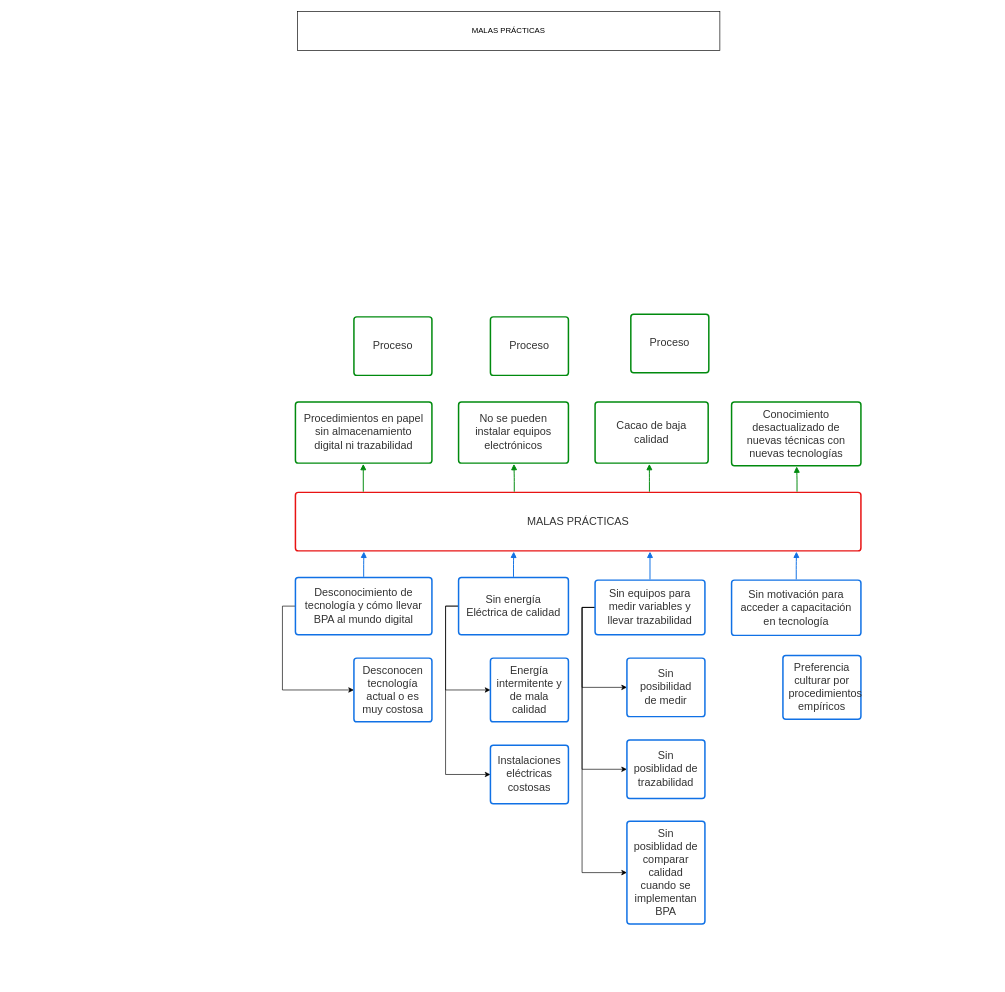
LeonDV/documentacion keeps this draw.io diagram as page "Arbol de problemas" (1 of 2) of Diagrama sin título.drawio. Above is the earlier version. Source tidied: cells renumbered, new cells numbered last; positions are measured from the earlier drawing's top-left corner, leaving out a move shared by most shapes. Both pictures are drawn from the tidied source at 65%, with x=0, y=0 at pixel (295, 11).
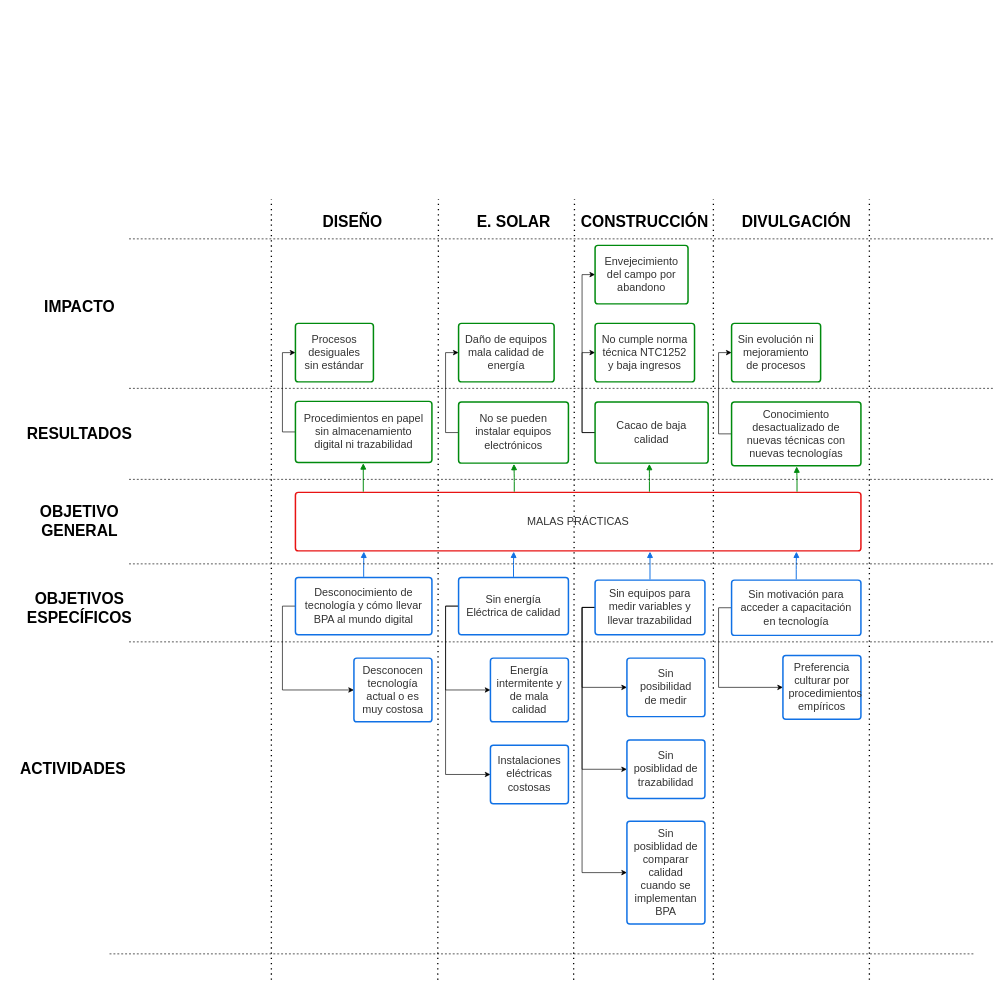
The same diagram, later.

The change refers to these unchanged cells:
```xml
<mxCell id="13" value="Sin motivación para acceder a capacitación en tecnología" style="html=1;overflow=block;blockSpacing=1;whiteSpace=wrap;fontSize=16.7;fontColor=#333333;align=center;spacing=9;strokeColor=#1071e5;strokeOpacity=100;rounded=1;absoluteArcSize=1;arcSize=9;strokeWidth=2.3;" parent="1" vertex="1">
  <mxGeometry x="671" y="875" width="199" height="85" as="geometry" />
</mxCell>
<mxCell id="20" value="Preferencia culturar por procedimientos empíricos" style="html=1;overflow=block;blockSpacing=1;whiteSpace=wrap;fontSize=16.7;fontColor=#333333;align=center;spacing=9;strokeColor=#1071e5;strokeOpacity=100;rounded=1;absoluteArcSize=1;arcSize=9;strokeWidth=2.3;" parent="1" vertex="1">
  <mxGeometry x="750" y="991" width="120" height="98" as="geometry" />
</mxCell>
<mxCell id="26" value="No se pueden instalar equipos electrónicos" style="html=1;overflow=block;blockSpacing=1;whiteSpace=wrap;fontSize=16.7;fontColor=#333333;align=center;spacing=9;strokeColor=#008a0e;strokeOpacity=100;rounded=1;absoluteArcSize=1;arcSize=9;strokeWidth=2.3;" parent="1" vertex="1">
  <mxGeometry x="251" y="601" width="169" height="94" as="geometry" />
</mxCell>
<mxCell id="27" value="Cacao de baja calidad" style="html=1;overflow=block;blockSpacing=1;whiteSpace=wrap;fontSize=16.7;fontColor=#333333;align=center;spacing=9;strokeColor=#008a0e;strokeOpacity=100;rounded=1;absoluteArcSize=1;arcSize=9;strokeWidth=2.3;" parent="1" vertex="1">
  <mxGeometry x="461" y="601" width="174" height="94" as="geometry" />
</mxCell>
<mxCell id="28" value="Conocimiento desactualizado de nuevas técnicas con nuevas tecnologías" style="html=1;overflow=block;blockSpacing=1;whiteSpace=wrap;fontSize=16.7;fontColor=#333333;align=center;spacing=9;strokeColor=#008a0e;strokeOpacity=100;rounded=1;absoluteArcSize=1;arcSize=9;strokeWidth=2.3;" parent="1" vertex="1">
  <mxGeometry x="671" y="601" width="199" height="98" as="geometry" />
</mxCell>
```

What changed in the source:
```diff
@@
-    <mxCell id="2" value="MALAS PRÁCTICAS" style="rounded=0;whiteSpace=wrap;html=1;" parent="1" vertex="1">
-      <mxGeometry x="3" width="650" height="60" as="geometry" />
-    </mxCell>
@@
+    <mxCell id="36" style="edgeStyle=orthogonalEdgeStyle;rounded=0;jettySize=auto;html=1;exitX=0;exitY=0.5;exitDx=0;exitDy=0;entryX=0;entryY=0.5;entryDx=0;entryDy=0;" parent="1" edge="1" source="13" target="20">
+      <mxGeometry relative="1" as="geometry" />
+    </mxCell>
@@
+    <mxCell id="37" style="edgeStyle=orthogonalEdgeStyle;rounded=0;jettySize=auto;html=1;exitX=0;exitY=0.5;exitDx=0;exitDy=0;entryX=0;entryY=0.5;entryDx=0;entryDy=0;" parent="1" edge="1" source="25" target="33">
+      <mxGeometry relative="1" as="geometry" />
+    </mxCell>
     <mxCell id="25" value="Procedimientos en papel sin almacenamiento digital ni trazabilidad" style="html=1;overflow=block;blockSpacing=1;whiteSpace=wrap;fontSize=16.7;fontColor=#333333;align=center;spacing=9;strokeColor=#008a0e;strokeOpacity=100;rounded=1;absoluteArcSize=1;arcSize=9;strokeWidth=2.3;" parent="1" vertex="1">
-      <mxGeometry y="601" width="210" height="94" as="geometry" />
+      <mxGeometry y="600" width="210" height="94" as="geometry" />
     </mxCell>
+    <mxCell id="38" style="edgeStyle=orthogonalEdgeStyle;rounded=0;jettySize=auto;html=1;exitX=0;exitY=0.5;exitDx=0;exitDy=0;entryX=0;entryY=0.5;entryDx=0;entryDy=0;" parent="1" edge="1" source="26" target="34">
+      <mxGeometry relative="1" as="geometry" />
+    </mxCell>
@@
+    <mxCell id="39" style="edgeStyle=orthogonalEdgeStyle;rounded=0;jettySize=auto;html=1;exitX=0;exitY=0.5;exitDx=0;exitDy=0;entryX=0;entryY=0.5;entryDx=0;entryDy=0;" parent="1" edge="1" source="27" target="35">
+      <mxGeometry relative="1" as="geometry" />
+    </mxCell>
+    <mxCell id="40" style="edgeStyle=orthogonalEdgeStyle;rounded=0;jettySize=auto;html=1;exitX=0;exitY=0.5;exitDx=0;exitDy=0;entryX=0;entryY=0.5;entryDx=0;entryDy=0;" parent="1" edge="1" source="27" target="43">
+      <mxGeometry relative="1" as="geometry" />
+    </mxCell>
@@
+    <mxCell id="41" style="edgeStyle=orthogonalEdgeStyle;rounded=0;jettySize=auto;html=1;exitX=0;exitY=0.5;exitDx=0;exitDy=0;entryX=0;entryY=0.5;entryDx=0;entryDy=0;" parent="1" edge="1" source="28" target="42">
+      <mxGeometry relative="1" as="geometry" />
+    </mxCell>
@@
-    <mxCell id="33" value="Proceso" style="html=1;overflow=block;blockSpacing=1;whiteSpace=wrap;fontSize=16.7;fontColor=#333333;align=center;spacing=9;strokeColor=#008a0e;strokeOpacity=100;rounded=1;absoluteArcSize=1;arcSize=9;strokeWidth=2.3;" parent="1" vertex="1">
-      <mxGeometry x="90" y="470" width="120" height="90" as="geometry" />
+    <mxCell id="33" value="Procesos desiguales sin estándar" style="html=1;overflow=block;blockSpacing=1;whiteSpace=wrap;fontSize=16.7;fontColor=#333333;align=center;spacing=9;strokeColor=#008a0e;strokeOpacity=100;rounded=1;absoluteArcSize=1;arcSize=9;strokeWidth=2.3;" parent="1" vertex="1">
+      <mxGeometry y="480" width="120" height="90" as="geometry" />
     </mxCell>
-    <mxCell id="34" value="Proceso" style="html=1;overflow=block;blockSpacing=1;whiteSpace=wrap;fontSize=16.7;fontColor=#333333;align=center;spacing=9;strokeColor=#008a0e;strokeOpacity=100;rounded=1;absoluteArcSize=1;arcSize=9;strokeWidth=2.3;" parent="1" vertex="1">
-      <mxGeometry x="300" y="470" width="120" height="90" as="geometry" />
+    <mxCell id="34" value="Daño de equipos mala calidad de energía" style="html=1;overflow=block;blockSpacing=1;whiteSpace=wrap;fontSize=16.7;fontColor=#333333;align=center;spacing=9;strokeColor=#008a0e;strokeOpacity=100;rounded=1;absoluteArcSize=1;arcSize=9;strokeWidth=2.3;" parent="1" vertex="1">
+      <mxGeometry x="251" y="480" width="147" height="90" as="geometry" />
     </mxCell>
-    <mxCell id="35" value="Proceso" style="html=1;overflow=block;blockSpacing=1;whiteSpace=wrap;fontSize=16.7;fontColor=#333333;align=center;spacing=9;strokeColor=#008a0e;strokeOpacity=100;rounded=1;absoluteArcSize=1;arcSize=9;strokeWidth=2.3;" parent="1" vertex="1">
-      <mxGeometry x="516" y="466" width="120" height="90" as="geometry" />
+    <mxCell id="35" value="No cumple norma técnica NTC1252 y baja ingresos" style="html=1;overflow=block;blockSpacing=1;whiteSpace=wrap;fontSize=16.7;fontColor=#333333;align=center;spacing=9;strokeColor=#008a0e;strokeOpacity=100;rounded=1;absoluteArcSize=1;arcSize=9;strokeWidth=2.3;" parent="1" vertex="1">
+      <mxGeometry x="461" y="480" width="153" height="90" as="geometry" />
     </mxCell>
+    <mxCell id="42" value="Sin evolución ni mejoramiento de procesos" style="html=1;overflow=block;blockSpacing=1;whiteSpace=wrap;fontSize=16.7;fontColor=#333333;align=center;spacing=9;strokeColor=#008a0e;strokeOpacity=100;rounded=1;absoluteArcSize=1;arcSize=9;strokeWidth=2.3;" parent="1" vertex="1">
+      <mxGeometry x="671" y="480" width="137" height="90" as="geometry" />
+    </mxCell>
+    <mxCell id="43" value="Envejecimiento del campo por abandono" style="html=1;overflow=block;blockSpacing=1;whiteSpace=wrap;fontSize=16.7;fontColor=#333333;align=center;spacing=9;strokeColor=#008a0e;strokeOpacity=100;rounded=1;absoluteArcSize=1;arcSize=9;strokeWidth=2.3;" parent="1" vertex="1">
+      <mxGeometry x="461" y="360" width="143" height="90" as="geometry" />
+    </mxCell>
+    <mxCell id="44" style="endArrow=none;dashed=1;html=1;dashPattern=1 3;strokeWidth=2;rounded=0;" parent="1" edge="1">
+      <mxGeometry relative="1" as="geometry">
+        <mxPoint x="219" y="1490" as="sourcePoint" />
+        <mxPoint x="220" y="289" as="targetPoint" />
+      </mxGeometry>
+    </mxCell>
+    <mxCell id="45" style="endArrow=none;dashed=1;html=1;dashPattern=1 3;strokeWidth=2;rounded=0;" parent="1" edge="1">
+      <mxGeometry relative="1" as="geometry">
+        <mxPoint x="428" y="1490" as="sourcePoint" />
+        <mxPoint x="429.3" y="289" as="targetPoint" />
+      </mxGeometry>
+    </mxCell>
+    <mxCell id="46" style="endArrow=none;dashed=1;html=1;dashPattern=1 3;strokeWidth=2;rounded=0;" parent="1" edge="1">
+      <mxGeometry relative="1" as="geometry">
+        <mxPoint x="643" y="1490" as="sourcePoint" />
+        <mxPoint x="643" y="289" as="targetPoint" />
+      </mxGeometry>
+    </mxCell>
+    <mxCell id="47" style="endArrow=none;dashed=1;html=1;dashPattern=1 3;strokeWidth=2;rounded=0;" parent="1" edge="1">
+      <mxGeometry relative="1" as="geometry">
+        <mxPoint x="883" y="1490" as="sourcePoint" />
+        <mxPoint x="883" y="289" as="targetPoint" />
+      </mxGeometry>
+    </mxCell>
+    <mxCell id="48" style="endArrow=none;dashed=1;html=1;dashPattern=1 3;strokeWidth=2;rounded=0;" parent="1" edge="1">
+      <mxGeometry relative="1" as="geometry">
+        <mxPoint x="-37" y="1490" as="sourcePoint" />
+        <mxPoint x="-37" y="289" as="targetPoint" />
+      </mxGeometry>
+    </mxCell>
+    <mxCell id="49" value="&lt;font style=&quot;font-size: 24px;&quot;&gt;&lt;b&gt;OBJETIVOS ESPECÍFICOS&lt;/b&gt;&lt;/font&gt;" style="text;html=1;strokeColor=none;fillColor=none;align=center;verticalAlign=middle;whiteSpace=wrap;rounded=0;labelBackgroundColor=#ffffff;" parent="1" vertex="1">
+      <mxGeometry x="-417" y="887.5" width="170" height="60" as="geometry" />
+    </mxCell>
+    <mxCell id="50" value="&lt;span style=&quot;font-size: 24px;&quot;&gt;&lt;b&gt;E. SOLAR&lt;/b&gt;&lt;/span&gt;" style="text;html=1;strokeColor=none;fillColor=none;align=center;verticalAlign=middle;whiteSpace=wrap;rounded=0;labelBackgroundColor=#ffffff;" parent="1" vertex="1">
+      <mxGeometry x="260.5" y="310" width="150" height="30" as="geometry" />
+    </mxCell>
+    <mxCell id="51" value="&lt;span style=&quot;font-size: 24px;&quot;&gt;&lt;b&gt;CONSTRUCCIÓN&lt;/b&gt;&lt;/span&gt;" style="text;html=1;strokeColor=none;fillColor=none;align=center;verticalAlign=middle;whiteSpace=wrap;rounded=0;labelBackgroundColor=#ffffff;" parent="1" vertex="1">
+      <mxGeometry x="423" y="310" width="229" height="30" as="geometry" />
+    </mxCell>
+    <mxCell id="52" value="&lt;font style=&quot;font-size: 24px;&quot;&gt;&lt;b&gt;DIVULGACIÓN&lt;/b&gt;&lt;/font&gt;" style="text;html=1;strokeColor=none;fillColor=none;align=center;verticalAlign=middle;whiteSpace=wrap;rounded=0;labelBackgroundColor=#ffffff;" parent="1" vertex="1">
+      <mxGeometry x="676.8" y="310" width="187.5" height="30" as="geometry" />
+    </mxCell>
+    <mxCell id="53" style="endArrow=none;dashed=1;html=1;rounded=0;fontSize=18;" parent="1" edge="1">
+      <mxGeometry relative="1" as="geometry">
+        <mxPoint x="1073" y="970" as="sourcePoint" />
+        <mxPoint x="-257" y="970" as="targetPoint" />
+      </mxGeometry>
+    </mxCell>
+    <mxCell id="54" style="endArrow=none;dashed=1;html=1;rounded=0;fontSize=18;" parent="1" edge="1">
+      <mxGeometry relative="1" as="geometry">
+        <mxPoint x="1043" y="1450" as="sourcePoint" />
+        <mxPoint x="-287" y="1450" as="targetPoint" />
+      </mxGeometry>
+    </mxCell>
+    <mxCell id="55" style="endArrow=none;dashed=1;html=1;rounded=0;fontSize=18;" parent="1" edge="1">
+      <mxGeometry relative="1" as="geometry">
+        <mxPoint x="1073" y="850" as="sourcePoint" />
+        <mxPoint x="-257" y="850" as="targetPoint" />
+      </mxGeometry>
+    </mxCell>
+    <mxCell id="56" style="endArrow=none;dashed=1;html=1;rounded=0;fontSize=18;" parent="1" edge="1">
+      <mxGeometry relative="1" as="geometry">
+        <mxPoint x="1073" y="720" as="sourcePoint" />
+        <mxPoint x="-257" y="720" as="targetPoint" />
+      </mxGeometry>
+    </mxCell>
+    <mxCell id="57" style="endArrow=none;dashed=1;html=1;rounded=0;fontSize=18;" parent="1" edge="1">
+      <mxGeometry relative="1" as="geometry">
+        <mxPoint x="1073" y="580" as="sourcePoint" />
+        <mxPoint x="-257" y="580" as="targetPoint" />
+      </mxGeometry>
+    </mxCell>
+    <mxCell id="58" style="endArrow=none;dashed=1;html=1;rounded=0;fontSize=18;" parent="1" edge="1">
+      <mxGeometry relative="1" as="geometry">
+        <mxPoint x="1073" y="350" as="sourcePoint" />
+        <mxPoint x="-257" y="350" as="targetPoint" />
+      </mxGeometry>
+    </mxCell>
+    <mxCell id="59" value="&lt;font style=&quot;font-size: 24px;&quot;&gt;&lt;b&gt;OBJETIVO GENERAL&lt;/b&gt;&lt;/font&gt;" style="text;html=1;strokeColor=none;fillColor=none;align=center;verticalAlign=middle;whiteSpace=wrap;rounded=0;labelBackgroundColor=#ffffff;" parent="1" vertex="1">
+      <mxGeometry x="-412" y="750" width="160" height="70" as="geometry" />
+    </mxCell>
+    <mxCell id="60" value="&lt;font style=&quot;font-size: 24px;&quot;&gt;&lt;b&gt;ACTIVIDADES&lt;/b&gt;&lt;/font&gt;" style="text;html=1;strokeColor=none;fillColor=none;align=center;verticalAlign=middle;whiteSpace=wrap;rounded=0;labelBackgroundColor=#ffffff;" parent="1" vertex="1">
+      <mxGeometry x="-437" y="1151" width="190" height="30" as="geometry" />
+    </mxCell>
+    <mxCell id="61" value="&lt;span style=&quot;font-size: 24px;&quot;&gt;&lt;b&gt;RESULTADOS&lt;/b&gt;&lt;/span&gt;" style="text;html=1;strokeColor=none;fillColor=none;align=center;verticalAlign=middle;whiteSpace=wrap;rounded=0;labelBackgroundColor=#ffffff;" parent="1" vertex="1">
+      <mxGeometry x="-427" y="635" width="190" height="30" as="geometry" />
+    </mxCell>
+    <mxCell id="62" value="&lt;span style=&quot;font-size: 24px;&quot;&gt;&lt;b&gt;IMPACTO&lt;/b&gt;&lt;/span&gt;" style="text;html=1;strokeColor=none;fillColor=none;align=center;verticalAlign=middle;whiteSpace=wrap;rounded=0;labelBackgroundColor=#ffffff;" parent="1" vertex="1">
+      <mxGeometry x="-427" y="440" width="190" height="30" as="geometry" />
+    </mxCell>
+    <mxCell id="63" value="&lt;span style=&quot;font-size: 24px;&quot;&gt;&lt;b&gt;DISEÑO&lt;/b&gt;&lt;/span&gt;" style="text;html=1;strokeColor=none;fillColor=none;align=center;verticalAlign=middle;whiteSpace=wrap;rounded=0;labelBackgroundColor=#ffffff;" parent="1" vertex="1">
+      <mxGeometry x="-7" y="310" width="190" height="30" as="geometry" />
+    </mxCell>
```
